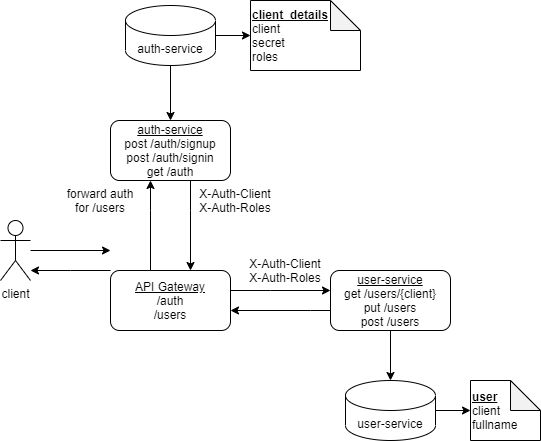
Above: Untitled Diagram.png in kuzmicheva-lyudmila/apigateway (draw.io), before the change. Source tidied: cells renumbered, new cells last; positions are measured from the earlier drawing's top-left corner, leaving out a move shared by most shapes.
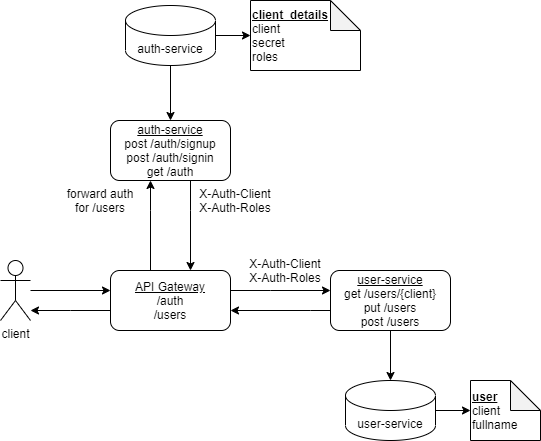
Later version of the same file.

Diff of the diagram source:
```diff
@@ -18,11 +18,12 @@
         </Array>
       </mxGeometry>
     </mxCell>
-    <mxCell id="4" style="edgeStyle=orthogonalEdgeStyle;rounded=0;jettySize=auto;html=1;" parent="1" edge="1" source="5" target="19">
+    <mxCell id="4" style="edgeStyle=orthogonalEdgeStyle;rounded=0;jettySize=auto;html=1;" parent="1" edge="1" target="19">
       <mxGeometry relative="1" as="geometry">
+        <mxPoint x="110" y="310" as="sourcePoint" />
         <Array as="points">
-          <mxPoint x="70" y="270" />
-          <mxPoint x="70" y="270" />
+          <mxPoint x="70" y="310" />
+          <mxPoint x="70" y="310" />
         </Array>
       </mxGeometry>
     </mxCell>
@@ -77,16 +78,16 @@
     </mxCell>
     <mxCell id="18" style="edgeStyle=orthogonalEdgeStyle;rounded=0;orthogonalLoop=1;jettySize=auto;html=1;" parent="1" edge="1">
       <mxGeometry relative="1" as="geometry">
-        <mxPoint x="30" y="250" as="sourcePoint" />
-        <mxPoint x="110" y="250" as="targetPoint" />
+        <mxPoint x="30" y="290" as="sourcePoint" />
+        <mxPoint x="110" y="290" as="targetPoint" />
         <Array as="points">
-          <mxPoint x="30" y="250" />
-          <mxPoint x="110" y="250" />
+          <mxPoint x="30" y="290" />
+          <mxPoint x="110" y="290" />
         </Array>
       </mxGeometry>
     </mxCell>
     <mxCell id="19" value="client" style="shape=umlActor;verticalLabelPosition=bottom;verticalAlign=top;html=1;outlineConnect=0;" parent="1" vertex="1">
-      <mxGeometry y="220" width="30" height="60" as="geometry" />
+      <mxGeometry y="260" width="30" height="60" as="geometry" />
     </mxCell>
     <mxCell id="20" value="forward auth for /users" style="text;html=1;strokeColor=none;fillColor=none;align=center;verticalAlign=middle;whiteSpace=wrap;rounded=0;" parent="1" vertex="1">
       <mxGeometry x="60" y="190" width="80" height="20" as="geometry" />
```
